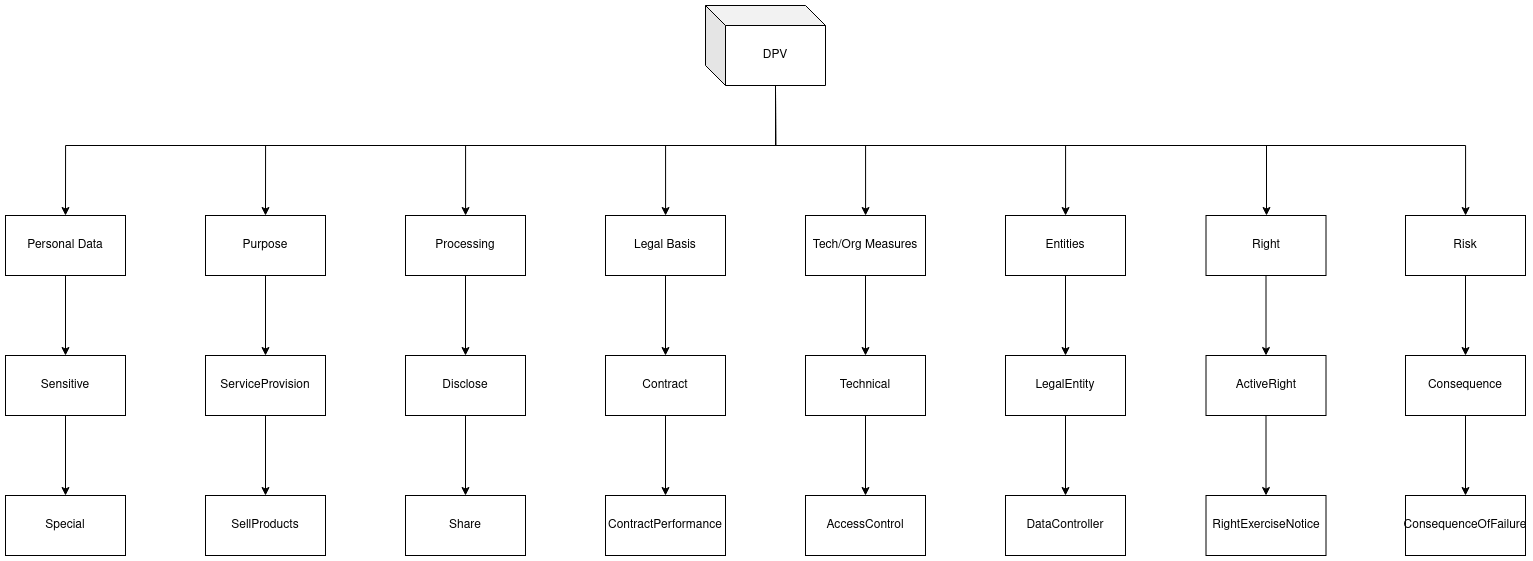
w3c/dpv keeps this draw.io diagram as primer/img/hierarchy-ex2.png. Above is the earlier version. Source tidied: cells renumbered, new cells last; positions are measured from the earlier drawing's top-left corner, leaving out a move shared by most shapes.
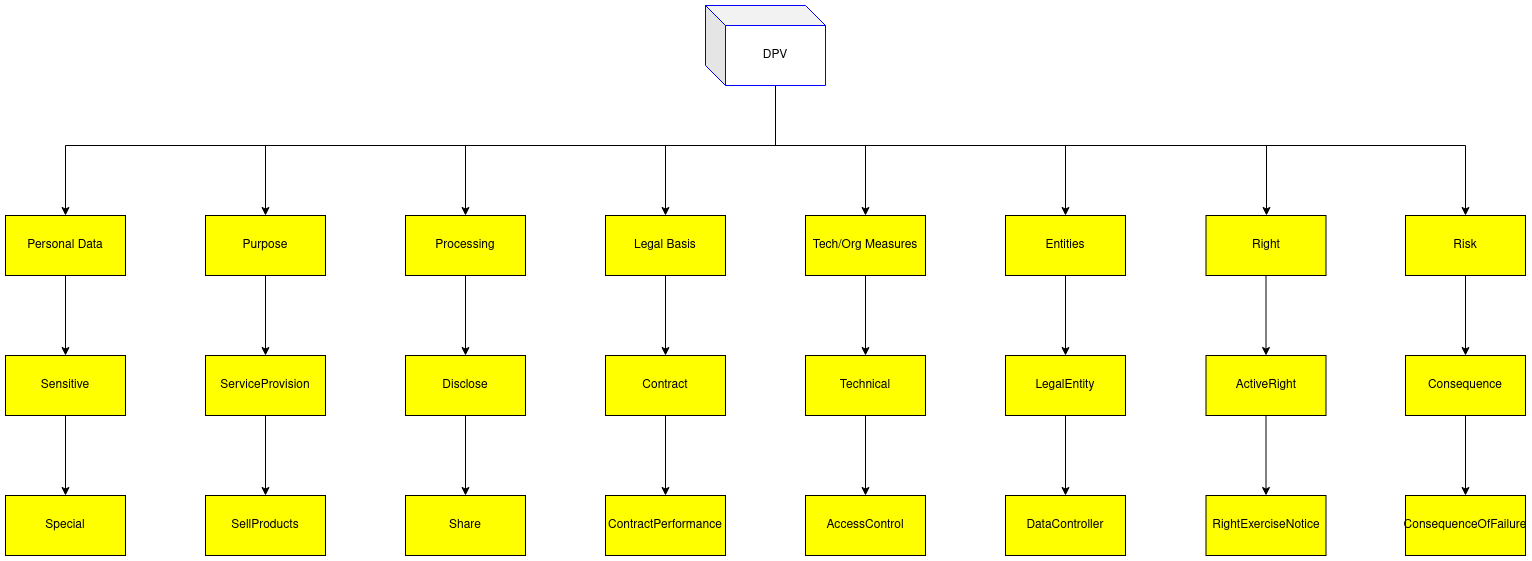
After the commit.

Change to the diagram source:
```diff
@@ -68,127 +68,127 @@
         </Array>
       </mxGeometry>
     </mxCell>
-    <mxCell id="10" value="DPV" style="shape=cube;whiteSpace=wrap;html=1;boundedLbl=1;backgroundOutline=1;darkOpacity=0.05;darkOpacity2=0.1;" parent="1" vertex="1">
+    <mxCell id="10" value="DPV" style="shape=cube;whiteSpace=wrap;html=1;boundedLbl=1;backgroundOutline=1;darkOpacity=0.05;darkOpacity2=0.1;strokeColor=#0000FF;" parent="1" vertex="1">
       <mxGeometry x="700" width="120" height="80" as="geometry" />
     </mxCell>
     <mxCell id="11" style="edgeStyle=orthogonalEdgeStyle;rounded=0;jettySize=auto;html=1;" parent="1" edge="1" source="12" target="14">
       <mxGeometry relative="1" as="geometry" />
     </mxCell>
-    <mxCell id="12" value="Personal Data" style="rounded=0;whiteSpace=wrap;html=1;" parent="1" vertex="1">
+    <mxCell id="12" value="Personal Data" style="rounded=0;whiteSpace=wrap;html=1;fillColor=#FFFF00;" parent="1" vertex="1">
       <mxGeometry y="210" width="120" height="60" as="geometry" />
     </mxCell>
     <mxCell id="13" style="edgeStyle=orthogonalEdgeStyle;rounded=0;jettySize=auto;html=1;" parent="1" edge="1" source="14" target="15">
       <mxGeometry relative="1" as="geometry" />
     </mxCell>
-    <mxCell id="14" value="Sensitive" style="whiteSpace=wrap;html=1;rounded=0;" parent="1" vertex="1">
+    <mxCell id="14" value="Sensitive" style="whiteSpace=wrap;html=1;rounded=0;fillColor=#FFFF00;" parent="1" vertex="1">
       <mxGeometry y="350" width="120" height="60" as="geometry" />
     </mxCell>
-    <mxCell id="15" value="Special" style="whiteSpace=wrap;html=1;rounded=0;" parent="1" vertex="1">
+    <mxCell id="15" value="Special" style="whiteSpace=wrap;html=1;rounded=0;fillColor=#FFFF00;" parent="1" vertex="1">
       <mxGeometry y="490" width="120" height="60" as="geometry" />
     </mxCell>
     <mxCell id="16" style="edgeStyle=orthogonalEdgeStyle;rounded=0;jettySize=auto;html=1;" parent="1" edge="1" source="17" target="19">
       <mxGeometry relative="1" as="geometry" />
     </mxCell>
-    <mxCell id="17" value="Purpose" style="whiteSpace=wrap;html=1;rounded=0;" parent="1" vertex="1">
+    <mxCell id="17" value="Purpose" style="whiteSpace=wrap;html=1;rounded=0;fillColor=#FFFF00;" parent="1" vertex="1">
       <mxGeometry x="200" y="210" width="120" height="60" as="geometry" />
     </mxCell>
     <mxCell id="18" style="edgeStyle=orthogonalEdgeStyle;rounded=0;jettySize=auto;html=1;" parent="1" edge="1" source="19" target="20">
       <mxGeometry relative="1" as="geometry" />
     </mxCell>
-    <mxCell id="19" value="ServiceProvision" style="whiteSpace=wrap;html=1;rounded=0;" parent="1" vertex="1">
+    <mxCell id="19" value="ServiceProvision" style="whiteSpace=wrap;html=1;rounded=0;fillColor=#FFFF00;" parent="1" vertex="1">
       <mxGeometry x="200" y="350" width="120" height="60" as="geometry" />
     </mxCell>
-    <mxCell id="20" value="SellProducts" style="whiteSpace=wrap;html=1;rounded=0;" parent="1" vertex="1">
+    <mxCell id="20" value="SellProducts" style="whiteSpace=wrap;html=1;rounded=0;fillColor=#FFFF00;" parent="1" vertex="1">
       <mxGeometry x="200" y="490" width="120" height="60" as="geometry" />
     </mxCell>
     <mxCell id="21" style="edgeStyle=orthogonalEdgeStyle;rounded=0;jettySize=auto;html=1;" parent="1" edge="1" source="22" target="24">
       <mxGeometry relative="1" as="geometry" />
     </mxCell>
-    <mxCell id="22" value="Processing" style="whiteSpace=wrap;html=1;" parent="1" vertex="1">
+    <mxCell id="22" value="Processing" style="whiteSpace=wrap;html=1;fillColor=#FFFF00;" parent="1" vertex="1">
       <mxGeometry x="400" y="210" width="120" height="60" as="geometry" />
     </mxCell>
     <mxCell id="23" style="edgeStyle=orthogonalEdgeStyle;rounded=0;jettySize=auto;html=1;" parent="1" edge="1" source="24" target="25">
       <mxGeometry relative="1" as="geometry" />
     </mxCell>
-    <mxCell id="24" value="Disclose" style="whiteSpace=wrap;html=1;" parent="1" vertex="1">
+    <mxCell id="24" value="Disclose" style="whiteSpace=wrap;html=1;fillColor=#FFFF00;" parent="1" vertex="1">
       <mxGeometry x="400" y="350" width="120" height="60" as="geometry" />
     </mxCell>
-    <mxCell id="25" value="Share" style="whiteSpace=wrap;html=1;" parent="1" vertex="1">
+    <mxCell id="25" value="Share" style="whiteSpace=wrap;html=1;fillColor=#FFFF00;" parent="1" vertex="1">
       <mxGeometry x="400" y="490" width="120" height="60" as="geometry" />
     </mxCell>
     <mxCell id="26" style="edgeStyle=orthogonalEdgeStyle;rounded=0;jettySize=auto;html=1;" parent="1" edge="1" source="27" target="29">
       <mxGeometry relative="1" as="geometry" />
     </mxCell>
-    <mxCell id="27" value="Legal Basis" style="whiteSpace=wrap;html=1;" parent="1" vertex="1">
+    <mxCell id="27" value="Legal Basis" style="whiteSpace=wrap;html=1;fillColor=#FFFF00;" parent="1" vertex="1">
       <mxGeometry x="600" y="210" width="120" height="60" as="geometry" />
     </mxCell>
     <mxCell id="28" style="edgeStyle=orthogonalEdgeStyle;rounded=0;jettySize=auto;html=1;" parent="1" edge="1" source="29" target="30">
       <mxGeometry relative="1" as="geometry" />
     </mxCell>
-    <mxCell id="29" value="Contract" style="whiteSpace=wrap;html=1;" parent="1" vertex="1">
+    <mxCell id="29" value="Contract" style="whiteSpace=wrap;html=1;fillColor=#FFFF00;" parent="1" vertex="1">
       <mxGeometry x="600" y="350" width="120" height="60" as="geometry" />
     </mxCell>
-    <mxCell id="30" value="ContractPerformance" style="whiteSpace=wrap;html=1;" parent="1" vertex="1">
+    <mxCell id="30" value="ContractPerformance" style="whiteSpace=wrap;html=1;fillColor=#FFFF00;" parent="1" vertex="1">
       <mxGeometry x="600" y="490" width="120" height="60" as="geometry" />
     </mxCell>
     <mxCell id="31" style="edgeStyle=orthogonalEdgeStyle;rounded=0;jettySize=auto;html=1;" parent="1" edge="1" source="32" target="34">
       <mxGeometry relative="1" as="geometry" />
     </mxCell>
-    <mxCell id="32" value="Tech/Org Measures" style="whiteSpace=wrap;html=1;" parent="1" vertex="1">
+    <mxCell id="32" value="Tech/Org Measures" style="whiteSpace=wrap;html=1;fillColor=#FFFF00;" parent="1" vertex="1">
       <mxGeometry x="800" y="210" width="120" height="60" as="geometry" />
     </mxCell>
     <mxCell id="33" style="edgeStyle=orthogonalEdgeStyle;rounded=0;jettySize=auto;html=1;" parent="1" edge="1" source="34" target="35">
       <mxGeometry relative="1" as="geometry" />
     </mxCell>
-    <mxCell id="34" value="Technical" style="whiteSpace=wrap;html=1;" parent="1" vertex="1">
+    <mxCell id="34" value="Technical" style="whiteSpace=wrap;html=1;fillColor=#FFFF00;" parent="1" vertex="1">
       <mxGeometry x="800" y="350" width="120" height="60" as="geometry" />
     </mxCell>
-    <mxCell id="35" value="AccessControl" style="whiteSpace=wrap;html=1;" parent="1" vertex="1">
+    <mxCell id="35" value="AccessControl" style="whiteSpace=wrap;html=1;fillColor=#FFFF00;" parent="1" vertex="1">
       <mxGeometry x="800" y="490" width="120" height="60" as="geometry" />
     </mxCell>
     <mxCell id="36" style="edgeStyle=orthogonalEdgeStyle;rounded=0;jettySize=auto;html=1;" parent="1" edge="1" source="37" target="39">
       <mxGeometry relative="1" as="geometry" />
     </mxCell>
-    <mxCell id="37" value="Entities" style="whiteSpace=wrap;html=1;" parent="1" vertex="1">
+    <mxCell id="37" value="Entities" style="whiteSpace=wrap;html=1;fillColor=#FFFF00;" parent="1" vertex="1">
       <mxGeometry x="1000" y="210" width="120" height="60" as="geometry" />
     </mxCell>
     <mxCell id="38" style="edgeStyle=orthogonalEdgeStyle;rounded=0;jettySize=auto;html=1;" parent="1" edge="1" source="39" target="40">
       <mxGeometry relative="1" as="geometry" />
     </mxCell>
-    <mxCell id="39" value="LegalEntity" style="whiteSpace=wrap;html=1;" parent="1" vertex="1">
+    <mxCell id="39" value="LegalEntity" style="whiteSpace=wrap;html=1;fillColor=#FFFF00;" parent="1" vertex="1">
       <mxGeometry x="1000" y="350" width="120" height="60" as="geometry" />
     </mxCell>
-    <mxCell id="40" value="DataController" style="whiteSpace=wrap;html=1;" parent="1" vertex="1">
+    <mxCell id="40" value="DataController" style="whiteSpace=wrap;html=1;fillColor=#FFFF00;" parent="1" vertex="1">
       <mxGeometry x="1000" y="490" width="120" height="60" as="geometry" />
     </mxCell>
     <mxCell id="41" style="edgeStyle=orthogonalEdgeStyle;rounded=0;jettySize=auto;html=1;" parent="1" edge="1" source="42" target="46">
       <mxGeometry relative="1" as="geometry" />
     </mxCell>
-    <mxCell id="42" value="Right" style="whiteSpace=wrap;html=1;" parent="1" vertex="1">
+    <mxCell id="42" value="Right" style="whiteSpace=wrap;html=1;fillColor=#FFFF00;" parent="1" vertex="1">
       <mxGeometry x="1200.5" y="210" width="120" height="60" as="geometry" />
     </mxCell>
     <mxCell id="43" style="edgeStyle=orthogonalEdgeStyle;rounded=0;jettySize=auto;html=1;" parent="1" edge="1" source="44" target="49">
       <mxGeometry relative="1" as="geometry" />
     </mxCell>
-    <mxCell id="44" value="Risk" style="whiteSpace=wrap;html=1;" parent="1" vertex="1">
+    <mxCell id="44" value="Risk" style="whiteSpace=wrap;html=1;fillColor=#FFFF00;" parent="1" vertex="1">
       <mxGeometry x="1400" y="210" width="120" height="60" as="geometry" />
     </mxCell>
     <mxCell id="45" style="edgeStyle=orthogonalEdgeStyle;rounded=0;jettySize=auto;html=1;" parent="1" edge="1" source="46" target="47">
       <mxGeometry relative="1" as="geometry" />
     </mxCell>
-    <mxCell id="46" value="ActiveRight" style="whiteSpace=wrap;html=1;" parent="1" vertex="1">
+    <mxCell id="46" value="ActiveRight" style="whiteSpace=wrap;html=1;fillColor=#FFFF00;" parent="1" vertex="1">
       <mxGeometry x="1200.5" y="350" width="120" height="60" as="geometry" />
     </mxCell>
-    <mxCell id="47" value="RightExerciseNotice" style="whiteSpace=wrap;html=1;" parent="1" vertex="1">
+    <mxCell id="47" value="RightExerciseNotice" style="whiteSpace=wrap;html=1;fillColor=#FFFF00;" parent="1" vertex="1">
       <mxGeometry x="1200.5" y="490" width="120" height="60" as="geometry" />
     </mxCell>
     <mxCell id="48" style="edgeStyle=orthogonalEdgeStyle;rounded=0;jettySize=auto;html=1;" parent="1" edge="1" source="49" target="50">
       <mxGeometry relative="1" as="geometry" />
     </mxCell>
-    <mxCell id="49" value="Consequence" style="whiteSpace=wrap;html=1;" parent="1" vertex="1">
+    <mxCell id="49" value="Consequence" style="whiteSpace=wrap;html=1;fillColor=#FFFF00;" parent="1" vertex="1">
       <mxGeometry x="1400" y="350" width="120" height="60" as="geometry" />
     </mxCell>
-    <mxCell id="50" value="ConsequenceOfFailure" style="whiteSpace=wrap;html=1;" parent="1" vertex="1">
+    <mxCell id="50" value="ConsequenceOfFailure" style="whiteSpace=wrap;html=1;fillColor=#FFFF00;" parent="1" vertex="1">
       <mxGeometry x="1400" y="490" width="120" height="60" as="geometry" />
     </mxCell>
   </root>
```
